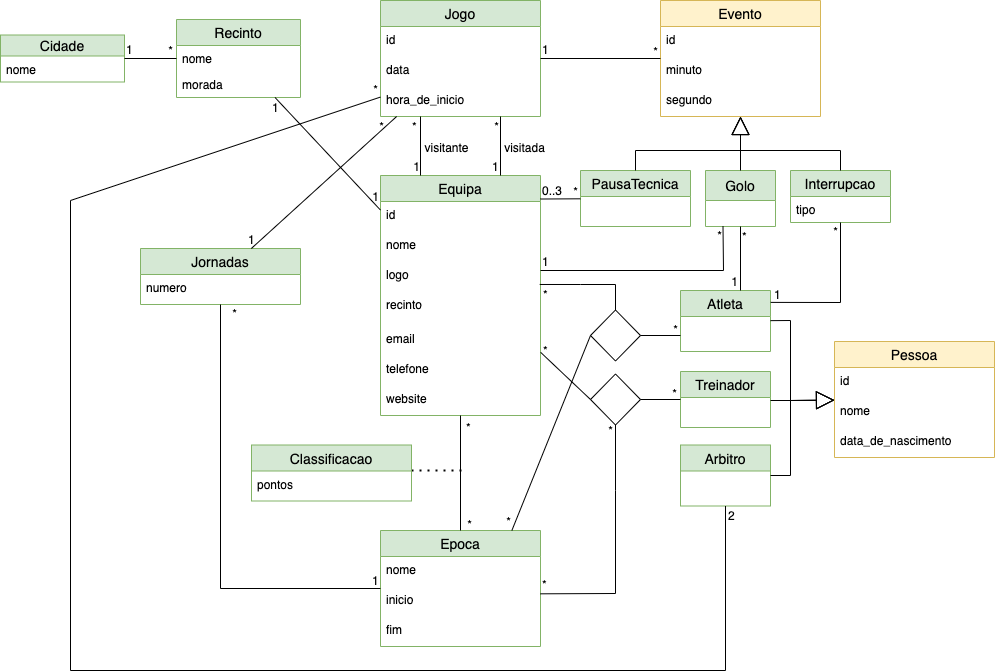
The draw.io diagram schema/Andebol_UML.png in thePeras/BD_Handball_Database, before a commit. Source tidied: cells renumbered, new cells last; positions are measured from the earlier drawing's top-left corner, leaving out a move shared by most shapes.
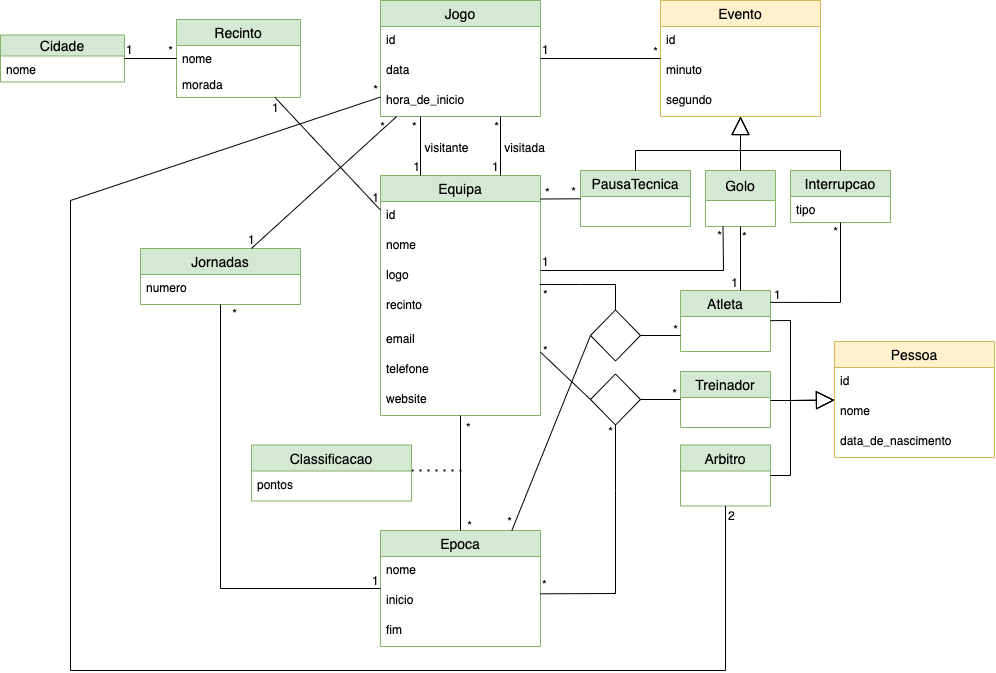
The same diagram one commit later.

Change to the diagram source:
```diff
@@ -264,12 +264,14 @@
     <mxCell id="70" style="endArrow=none;html=1;rounded=0;exitX=0.999;exitY=0.098;exitDx=0;exitDy=0;exitPerimeter=0;" parent="1" edge="1" source="30" target="39">
       <mxGeometry relative="1" as="geometry" />
     </mxCell>
-    <mxCell id="71" value="0..3" style="html=1;align=left;verticalAlign=bottom;" parent="70" vertex="1">
-      <mxGeometry x="-1" relative="1" as="geometry" />
+    <mxCell id="71" value="*" style="html=1;align=left;verticalAlign=bottom;" parent="70" vertex="1">
+      <mxGeometry x="-1" relative="1" as="geometry">
+        <mxPoint x="3" y="2" as="offset" />
+      </mxGeometry>
     </mxCell>
     <mxCell id="72" value="*" style="html=1;align=right;verticalAlign=bottom;" parent="70" vertex="1">
       <mxGeometry x="1" relative="1" as="geometry">
-        <mxPoint x="-2" y="2" as="offset" />
+        <mxPoint x="-4" y="2" as="offset" />
       </mxGeometry>
     </mxCell>
     <mxCell id="73" style="endArrow=none;html=1;rounded=0;entryX=0.25;entryY=1;entryDx=0;entryDy=0;" parent="1" edge="1" target="40">
```
